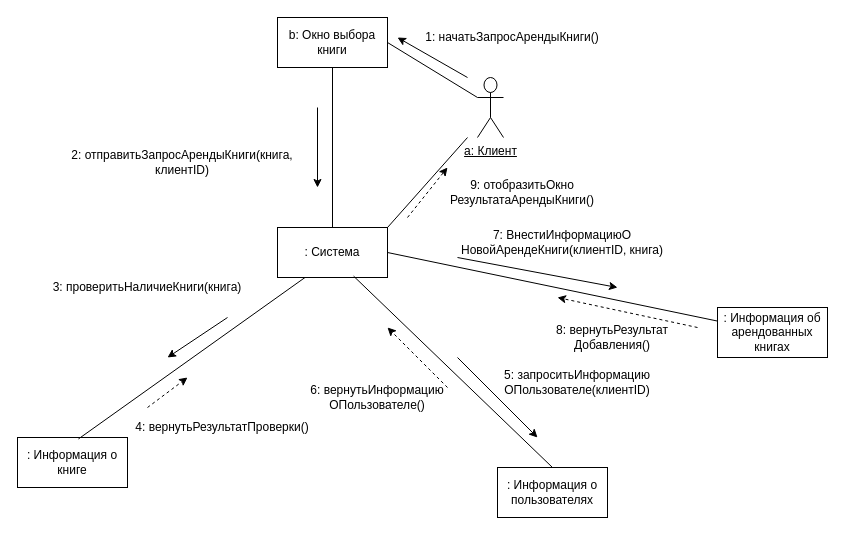
Earlier version of the draw.io diagram БиблиотекаКооперация.drawio (Deviky/FOREVASIAOD). Source tidied: cells renumbered, new cells numbered last; positions are measured from the earlier drawing's top-left corner, leaving out a move shared by most shapes. Both pictures are drawn from the tidied source at 100%, with x=0, y=0 at pixel (17, 17).
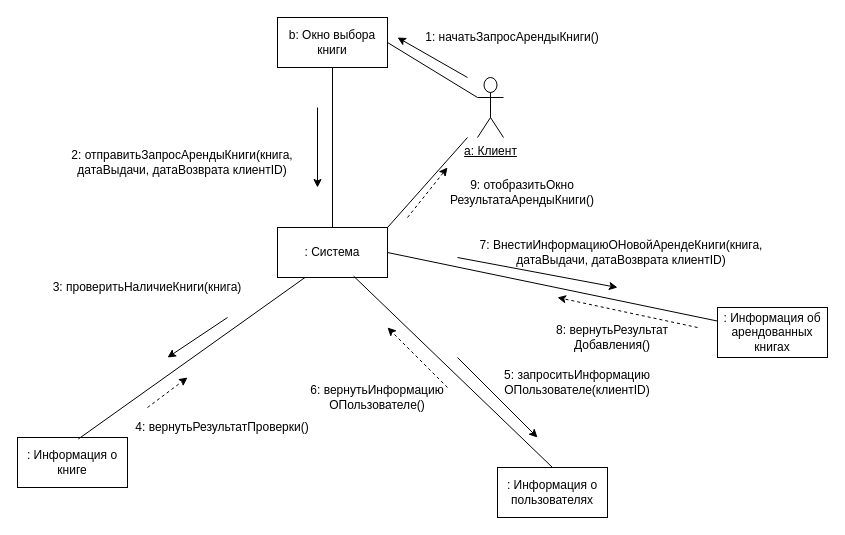
The same diagram, later.

The edit, as a diff of the source:
```diff
@@
-    <mxCell id="15" value="2: отправитьЗапросАрендыКниги&lt;span style=&quot;background-color: initial;&quot;&gt;(книга, клиентID)&lt;/span&gt;" style="text;html=1;align=center;verticalAlign=middle;whiteSpace=wrap;rounded=0;" parent="1" vertex="1">
+    <mxCell id="15" value="2: отправитьЗапросАрендыКниги&lt;span style=&quot;background-color: initial;&quot;&gt;(книга, датаВыдачи, датаВозврата клиентID)&lt;/span&gt;" style="text;html=1;align=center;verticalAlign=middle;whiteSpace=wrap;rounded=0;" parent="1" vertex="1">
       <mxGeometry x="40" y="130" width="250" height="30" as="geometry" />
     </mxCell>
@@
-    <mxCell id="27" value="7: ВнестиИнформациюО&lt;div&gt;НовойАрендеКниги&lt;span style=&quot;background-color: initial;&quot;&gt;(клиентID, книга)&lt;/span&gt;&lt;/div&gt;" style="text;html=1;align=center;verticalAlign=middle;whiteSpace=wrap;rounded=0;" parent="1" vertex="1">
-      <mxGeometry x="440" y="210" width="210" height="30" as="geometry" />
+    <mxCell id="27" value="7: ВнестиИнформациюО&lt;span style=&quot;background-color: initial;&quot;&gt;НовойАрендеКниги&lt;/span&gt;&lt;span style=&quot;background-color: initial;&quot;&gt;(&lt;/span&gt;&lt;span style=&quot;background-color: initial;&quot;&gt;книга, датаВыдачи, датаВозврата клиентID&lt;/span&gt;&lt;span style=&quot;background-color: initial;&quot;&gt;)&lt;/span&gt;" style="text;html=1;align=center;verticalAlign=middle;whiteSpace=wrap;rounded=0;" parent="1" vertex="1">
+      <mxGeometry x="454" y="220" width="300" height="30" as="geometry" />
     </mxCell>
```
